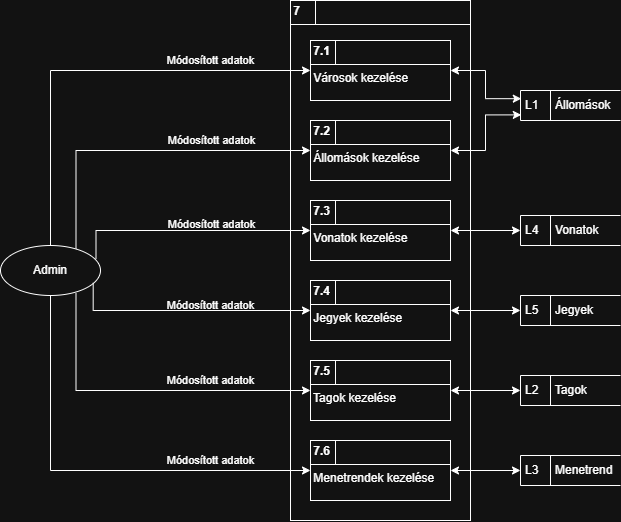
Above: dokumentacio/logikai_fiziaki_adatfolyam/logiaki_adatfolyam_kezeles.png in RevMarci/vasutmenetrend (draw.io), before the change. Source tidied: cells renumbered, new cells last; positions are measured from the earlier drawing's top-left corner, leaving out a move shared by most shapes.
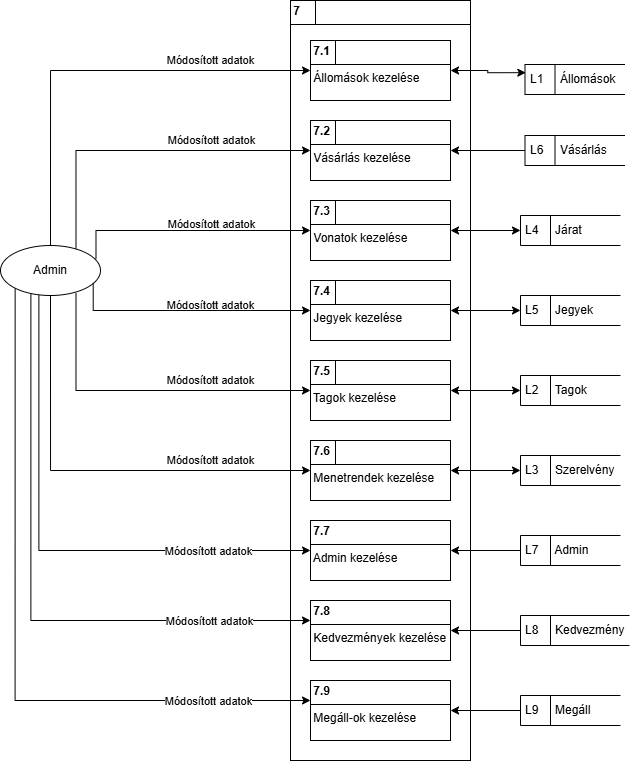
The same diagram one commit later.

The edit, as a diff of the source:
```diff
@@ -3,15 +3,15 @@
     <mxCell id="0" />
     <mxCell id="1" parent="0" />
     <mxCell id="2" value="&lt;p style=&quot;margin: 4px 0px 0px;&quot;&gt;&lt;b&gt;&amp;nbsp;7&lt;/b&gt;&lt;/p&gt;&lt;hr size=&quot;1&quot; style=&quot;border-style:solid;&quot;&gt;&amp;nbsp;&lt;br&gt;&lt;div style=&quot;height:2px;&quot;&gt;&lt;/div&gt;" style="verticalAlign=top;align=left;overflow=fill;html=1;whiteSpace=wrap;" parent="1" vertex="1">
-      <mxGeometry x="290" width="180" height="520" as="geometry" />
+      <mxGeometry x="290" width="180" height="760" as="geometry" />
     </mxCell>
     <mxCell id="3" style="edgeStyle=orthogonalEdgeStyle;rounded=0;jettySize=auto;html=1;exitX=1;exitY=0.5;exitDx=0;exitDy=0;entryX=0.008;entryY=0.273;entryDx=0;entryDy=0;startArrow=classic;startFill=1;entryPerimeter=0;" parent="1" edge="1" source="4" target="19">
       <mxGeometry relative="1" as="geometry" />
     </mxCell>
-    <mxCell id="4" value="&lt;p style=&quot;margin: 4px 0px 0px;&quot;&gt;&lt;b&gt;&amp;nbsp;7.1&lt;/b&gt;&lt;/p&gt;&lt;hr size=&quot;1&quot; style=&quot;border-style:solid;&quot;&gt;&lt;div style=&quot;height:2px;&quot;&gt;&amp;nbsp;Városok kezelése&lt;/div&gt;" style="verticalAlign=top;align=left;overflow=fill;html=1;whiteSpace=wrap;" parent="1" vertex="1">
+    <mxCell id="4" value="&lt;p style=&quot;margin: 4px 0px 0px;&quot;&gt;&lt;b&gt;&amp;nbsp;7.1&lt;/b&gt;&lt;/p&gt;&lt;hr size=&quot;1&quot; style=&quot;border-style:solid;&quot;&gt;&lt;div style=&quot;height:2px;&quot;&gt;&amp;nbsp;Állomások kezelése&lt;/div&gt;" style="verticalAlign=top;align=left;overflow=fill;html=1;whiteSpace=wrap;" parent="1" vertex="1">
       <mxGeometry x="310" y="40" width="140" height="60" as="geometry" />
     </mxCell>
-    <mxCell id="5" value="&lt;p style=&quot;margin: 4px 0px 0px;&quot;&gt;&lt;b&gt;&amp;nbsp;7.2&lt;/b&gt;&lt;/p&gt;&lt;hr size=&quot;1&quot; style=&quot;border-style:solid;&quot;&gt;&lt;div style=&quot;height:2px;&quot;&gt;&amp;nbsp;Állomások kezelése&lt;/div&gt;" style="verticalAlign=top;align=left;overflow=fill;html=1;whiteSpace=wrap;" parent="1" vertex="1">
+    <mxCell id="5" value="&lt;p style=&quot;margin: 4px 0px 0px;&quot;&gt;&lt;b&gt;&amp;nbsp;7.2&lt;/b&gt;&lt;/p&gt;&lt;hr size=&quot;1&quot; style=&quot;border-style:solid;&quot;&gt;&lt;div style=&quot;height:2px;&quot;&gt;&amp;nbsp;Vásárlás kezelése&lt;/div&gt;" style="verticalAlign=top;align=left;overflow=fill;html=1;whiteSpace=wrap;" parent="1" vertex="1">
       <mxGeometry x="310" y="120" width="140" height="60" as="geometry" />
     </mxCell>
     <mxCell id="6" style="edgeStyle=orthogonalEdgeStyle;rounded=0;jettySize=auto;html=1;exitX=1;exitY=0.5;exitDx=0;exitDy=0;entryX=0;entryY=0.5;entryDx=0;entryDy=0;startArrow=classic;startFill=1;" parent="1" edge="1" source="7" target="20">
@@ -68,18 +68,45 @@
     <mxCell id="17" style="edgeStyle=orthogonalEdgeStyle;rounded=0;jettySize=auto;html=1;exitX=0.5;exitY=1;exitDx=0;exitDy=0;entryX=0;entryY=0.5;entryDx=0;entryDy=0;" parent="1" edge="1" source="18" target="26">
       <mxGeometry relative="1" as="geometry" />
     </mxCell>
+    <mxCell id="40" style="edgeStyle=orthogonalEdgeStyle;rounded=0;jettySize=auto;html=1;exitX=0.384;exitY=0.932;exitDx=0;exitDy=0;exitPerimeter=0;" parent="1" edge="1" source="18" target="54">
+      <mxGeometry relative="1" as="geometry">
+        <Array as="points">
+          <mxPoint x="38" y="550" />
+        </Array>
+      </mxGeometry>
+    </mxCell>
+    <mxCell id="41" value="Módosított adatok" style="edgeLabel;html=1;align=center;verticalAlign=middle;" parent="40" vertex="1">
+      <mxGeometry x="0.61" y="-1" relative="1" as="geometry" />
+    </mxCell>
+    <mxCell id="42" style="edgeStyle=orthogonalEdgeStyle;rounded=0;jettySize=auto;html=1;exitX=0.304;exitY=0.977;exitDx=0;exitDy=0;exitPerimeter=0;" parent="1" edge="1" source="18" target="55">
+      <mxGeometry relative="1" as="geometry">
+        <Array as="points">
+          <mxPoint x="30" y="620" />
+        </Array>
+      </mxGeometry>
+    </mxCell>
+    <mxCell id="43" value="Módosított adatok" style="edgeLabel;html=1;align=center;verticalAlign=middle;" parent="42" vertex="1">
+      <mxGeometry x="0.66" y="-1" relative="1" as="geometry" />
+    </mxCell>
+    <mxCell id="44" style="edgeStyle=orthogonalEdgeStyle;rounded=0;jettySize=auto;html=1;exitX=0;exitY=1;exitDx=0;exitDy=0;" parent="1" edge="1" source="18" target="56">
+      <mxGeometry relative="1" as="geometry">
+        <Array as="points">
+          <mxPoint x="15" y="700" />
+        </Array>
+      </mxGeometry>
+    </mxCell>
+    <mxCell id="45" value="Módosított adatok" style="edgeLabel;html=1;align=center;verticalAlign=middle;" parent="44" vertex="1">
+      <mxGeometry x="0.71" y="-1" relative="1" as="geometry" />
+    </mxCell>
     <mxCell id="18" value="Admin" style="shape=ellipse;html=1;dashed=0;whiteSpace=wrap;perimeter=ellipsePerimeter;" parent="1" vertex="1">
       <mxGeometry y="245" width="100" height="50" as="geometry" />
     </mxCell>
     <mxCell id="19" value="L1&amp;nbsp; &amp;nbsp; &amp;nbsp;Állomások" style="html=1;dashed=0;whiteSpace=wrap;shape=mxgraph.dfd.dataStoreID;align=left;spacingLeft=3;points=[[0,0],[0.5,0],[1,0],[0,0.5],[1,0.5],[0,1],[0.5,1],[1,1]];" parent="1" vertex="1">
-      <mxGeometry x="520" y="90" width="100" height="30" as="geometry" />
+      <mxGeometry x="524.5" y="64" width="100" height="30" as="geometry" />
     </mxCell>
-    <mxCell id="20" value="L4&amp;nbsp; &amp;nbsp; &amp;nbsp;Vonatok" style="html=1;dashed=0;whiteSpace=wrap;shape=mxgraph.dfd.dataStoreID;align=left;spacingLeft=3;points=[[0,0],[0.5,0],[1,0],[0,0.5],[1,0.5],[0,1],[0.5,1],[1,1]];" parent="1" vertex="1">
+    <mxCell id="20" value="L4&amp;nbsp; &amp;nbsp; &amp;nbsp;Járat" style="html=1;dashed=0;whiteSpace=wrap;shape=mxgraph.dfd.dataStoreID;align=left;spacingLeft=3;points=[[0,0],[0.5,0],[1,0],[0,0.5],[1,0.5],[0,1],[0.5,1],[1,1]];" parent="1" vertex="1">
       <mxGeometry x="520" y="215" width="100" height="30" as="geometry" />
     </mxCell>
-    <mxCell id="21" style="edgeStyle=orthogonalEdgeStyle;rounded=0;jettySize=auto;html=1;exitX=1;exitY=0.5;exitDx=0;exitDy=0;entryX=0.008;entryY=0.813;entryDx=0;entryDy=0;entryPerimeter=0;startArrow=classic;startFill=1;" parent="1" edge="1" source="5" target="19">
-      <mxGeometry relative="1" as="geometry" />
-    </mxCell>
     <mxCell id="22" style="edgeStyle=orthogonalEdgeStyle;rounded=0;jettySize=auto;html=1;exitX=1;exitY=0.5;exitDx=0;exitDy=0;entryX=0;entryY=0.5;entryDx=0;entryDy=0;startArrow=classic;startFill=1;" parent="1" edge="1" source="23" target="32">
       <mxGeometry relative="1" as="geometry" />
     </mxCell>
@@ -103,7 +130,11 @@
       </mxGeometry>
     </mxCell>
     <mxCell id="28" style="edgeStyle=orthogonalEdgeStyle;rounded=0;jettySize=auto;html=1;exitX=0;exitY=0.5;exitDx=0;exitDy=0;entryX=0.755;entryY=0.954;entryDx=0;entryDy=0;entryPerimeter=0;startArrow=classic;startFill=1;endArrow=none;" parent="1" edge="1" source="25" target="18">
-      <mxGeometry relative="1" as="geometry" />
+      <mxGeometry relative="1" as="geometry">
+        <Array as="points">
+          <mxPoint x="75" y="390" />
+        </Array>
+      </mxGeometry>
     </mxCell>
     <mxCell id="29" value="Módosított adatok" style="edgeLabel;html=1;align=center;verticalAlign=middle;" parent="1" vertex="1">
       <mxGeometry x="210" y="60" as="geometry" />
@@ -123,7 +154,7 @@
     <mxCell id="34" style="edgeStyle=orthogonalEdgeStyle;rounded=0;jettySize=auto;html=1;exitX=0;exitY=0.5;exitDx=0;exitDy=0;entryX=1;entryY=0.5;entryDx=0;entryDy=0;startArrow=classic;startFill=1;" parent="1" edge="1" source="35" target="26">
       <mxGeometry relative="1" as="geometry" />
     </mxCell>
-    <mxCell id="35" value="L3&amp;nbsp; &amp;nbsp; &amp;nbsp;Menetrend" style="html=1;dashed=0;whiteSpace=wrap;shape=mxgraph.dfd.dataStoreID;align=left;spacingLeft=3;points=[[0,0],[0.5,0],[1,0],[0,0.5],[1,0.5],[0,1],[0.5,1],[1,1]];" parent="1" vertex="1">
+    <mxCell id="35" value="L3&amp;nbsp; &amp;nbsp; &amp;nbsp;Szerelvény" style="html=1;dashed=0;whiteSpace=wrap;shape=mxgraph.dfd.dataStoreID;align=left;spacingLeft=3;points=[[0,0],[0.5,0],[1,0],[0,0.5],[1,0.5],[0,1],[0.5,1],[1,1]];" parent="1" vertex="1">
       <mxGeometry x="520" y="455" width="100" height="30" as="geometry" />
     </mxCell>
     <mxCell id="36" style="line;strokeWidth=1;direction=south;html=1;perimeter=backbonePerimeter;" parent="1" vertex="1">
@@ -138,5 +169,38 @@
     <mxCell id="39" style="line;strokeWidth=1;direction=south;html=1;perimeter=backbonePerimeter;" parent="1" vertex="1">
       <mxGeometry x="310" width="10" height="24" as="geometry" />
     </mxCell>
+    <mxCell id="46" style="edgeStyle=orthogonalEdgeStyle;rounded=0;jettySize=auto;html=1;" parent="1" edge="1" source="47" target="5">
+      <mxGeometry relative="1" as="geometry" />
+    </mxCell>
+    <mxCell id="47" value="L6&amp;nbsp; &amp;nbsp; &amp;nbsp;Vásárlás" style="html=1;dashed=0;whiteSpace=wrap;shape=mxgraph.dfd.dataStoreID;align=left;spacingLeft=3;points=[[0,0],[0.5,0],[1,0],[0,0.5],[1,0.5],[0,1],[0.5,1],[1,1]];" parent="1" vertex="1">
+      <mxGeometry x="524.5" y="135" width="100" height="30" as="geometry" />
+    </mxCell>
+    <mxCell id="48" style="edgeStyle=orthogonalEdgeStyle;rounded=0;jettySize=auto;html=1;" parent="1" edge="1" source="49" target="54">
+      <mxGeometry relative="1" as="geometry" />
+    </mxCell>
+    <mxCell id="49" value="L7&amp;nbsp; &amp;nbsp; &amp;nbsp;Admin" style="html=1;dashed=0;whiteSpace=wrap;shape=mxgraph.dfd.dataStoreID;align=left;spacingLeft=3;points=[[0,0],[0.5,0],[1,0],[0,0.5],[1,0.5],[0,1],[0.5,1],[1,1]];" parent="1" vertex="1">
+      <mxGeometry x="520" y="535" width="100" height="30" as="geometry" />
+    </mxCell>
+    <mxCell id="50" style="edgeStyle=orthogonalEdgeStyle;rounded=0;jettySize=auto;html=1;" parent="1" edge="1" source="51" target="55">
+      <mxGeometry relative="1" as="geometry" />
+    </mxCell>
+    <mxCell id="51" value="L8&amp;nbsp; &amp;nbsp; &amp;nbsp;Kedvezmény" style="html=1;dashed=0;whiteSpace=wrap;shape=mxgraph.dfd.dataStoreID;align=left;spacingLeft=3;points=[[0,0],[0.5,0],[1,0],[0,0.5],[1,0.5],[0,1],[0.5,1],[1,1]];" parent="1" vertex="1">
+      <mxGeometry x="520" y="615" width="109" height="30" as="geometry" />
+    </mxCell>
+    <mxCell id="52" style="edgeStyle=orthogonalEdgeStyle;rounded=0;jettySize=auto;html=1;" parent="1" edge="1" source="53" target="56">
+      <mxGeometry relative="1" as="geometry" />
+    </mxCell>
+    <mxCell id="53" value="L9&amp;nbsp; &amp;nbsp; &amp;nbsp;Megáll" style="html=1;dashed=0;whiteSpace=wrap;shape=mxgraph.dfd.dataStoreID;align=left;spacingLeft=3;points=[[0,0],[0.5,0],[1,0],[0,0.5],[1,0.5],[0,1],[0.5,1],[1,1]];" parent="1" vertex="1">
+      <mxGeometry x="520" y="695" width="100" height="30" as="geometry" />
+    </mxCell>
+    <mxCell id="54" value="&lt;p style=&quot;margin: 4px 0px 0px;&quot;&gt;&lt;b&gt;&amp;nbsp;7.7&lt;/b&gt;&lt;/p&gt;&lt;hr size=&quot;1&quot; style=&quot;border-style:solid;&quot;&gt;&lt;div style=&quot;height:2px;&quot;&gt;&amp;nbsp;Admin kezelése&lt;/div&gt;" style="verticalAlign=top;align=left;overflow=fill;html=1;whiteSpace=wrap;" parent="1" vertex="1">
+      <mxGeometry x="310" y="520" width="140" height="60" as="geometry" />
+    </mxCell>
+    <mxCell id="55" value="&lt;p style=&quot;margin: 4px 0px 0px;&quot;&gt;&lt;b&gt;&amp;nbsp;7.8&lt;/b&gt;&lt;/p&gt;&lt;hr size=&quot;1&quot; style=&quot;border-style:solid;&quot;&gt;&lt;div style=&quot;height:2px;&quot;&gt;&amp;nbsp;Kedvezmények kezelése&lt;/div&gt;" style="verticalAlign=top;align=left;overflow=fill;html=1;whiteSpace=wrap;" parent="1" vertex="1">
+      <mxGeometry x="310" y="600" width="140" height="60" as="geometry" />
+    </mxCell>
+    <mxCell id="56" value="&lt;p style=&quot;margin: 4px 0px 0px;&quot;&gt;&lt;b&gt;&amp;nbsp;7.9&lt;/b&gt;&lt;/p&gt;&lt;hr size=&quot;1&quot; style=&quot;border-style:solid;&quot;&gt;&lt;div style=&quot;height:2px;&quot;&gt;&amp;nbsp;Megáll-ok kezelése&lt;/div&gt;" style="verticalAlign=top;align=left;overflow=fill;html=1;whiteSpace=wrap;" parent="1" vertex="1">
+      <mxGeometry x="310" y="680" width="140" height="60" as="geometry" />
+    </mxCell>
   </root>
 </mxGraphModel>
```
